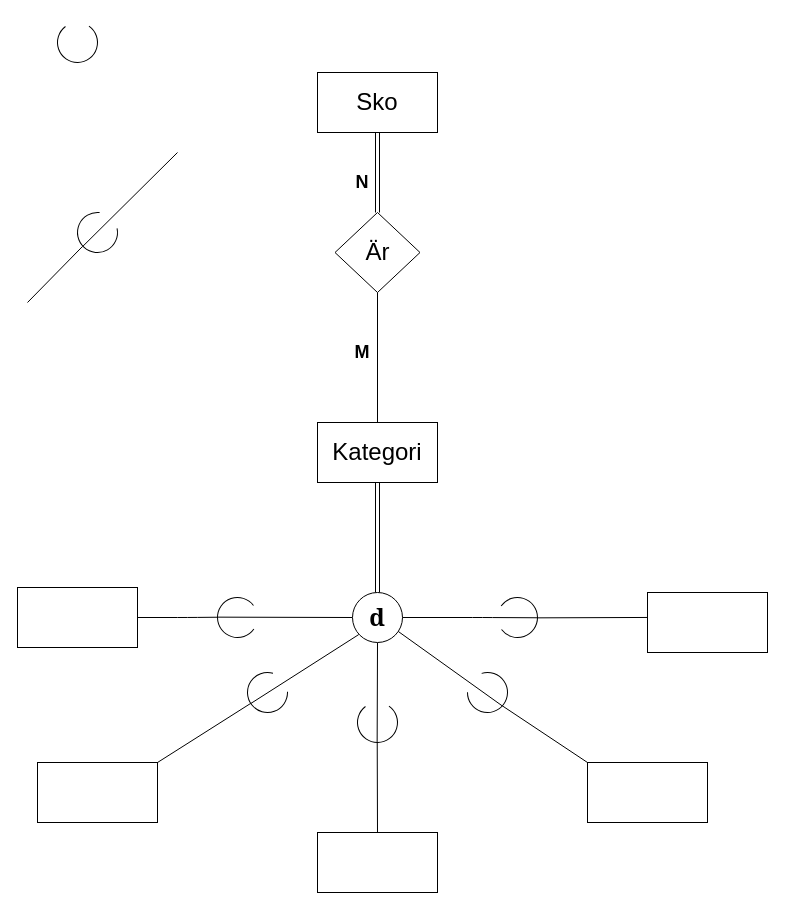
The draw.io diagram Untitled Diagram.drawio in Sondaicus/Databasteknik-uppgift-1, before the edit. Source tidied: cells renumbered, new cells numbered last; positions are measured from the earlier drawing's top-left corner, leaving out a move shared by most shapes. Both pictures are drawn from the tidied source at 100%, with x=0, y=0 at pixel (17, 22).
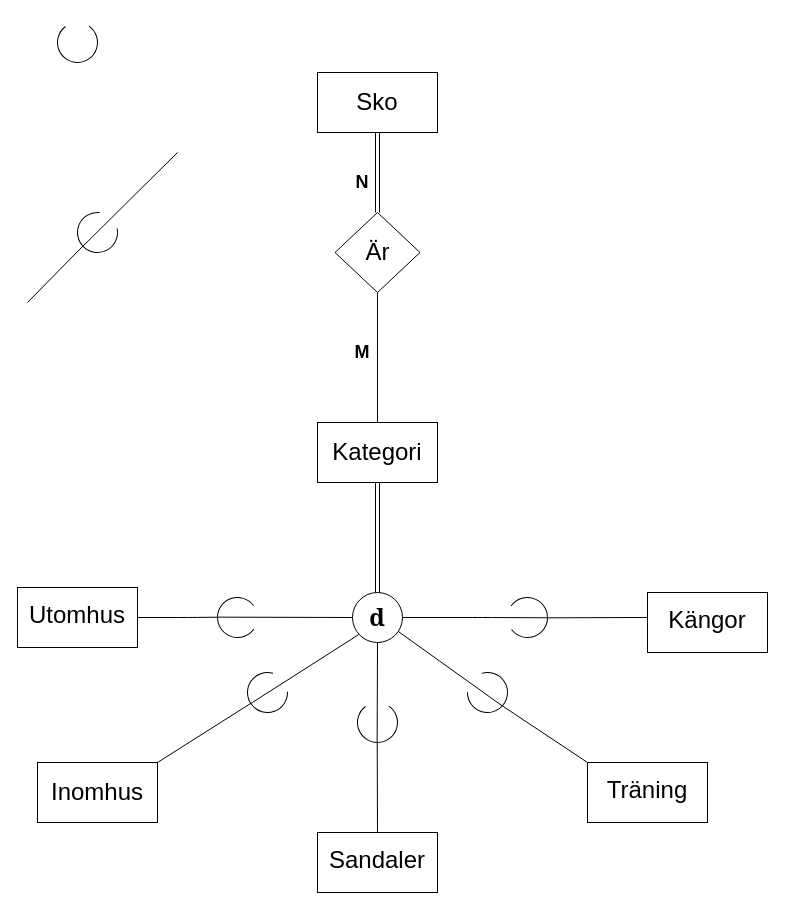
The same page after the edit.

What changed in the source:
```diff
@@
     <mxCell id="18" style="verticalLabelPosition=bottom;verticalAlign=top;html=1;shape=mxgraph.basic.arc;startAngle=0.3;endAngle=0.1;rotation=287;direction=north;" parent="1" vertex="1">
-      <mxGeometry x="480" y="575" width="40" height="40" as="geometry" />
+      <mxGeometry x="490" y="575" width="40" height="40" as="geometry" />
     </mxCell>
@@
-    <mxCell id="30" style="rounded=0;whiteSpace=wrap;html=1;" parent="1" vertex="1">
+    <mxCell id="30" value="&lt;span style=&quot;line-height: 115%&quot;&gt;&lt;font style=&quot;font-size: 24px&quot;&gt;Utomhus&lt;/font&gt;&lt;/span&gt;" style="rounded=0;whiteSpace=wrap;html=1;" parent="1" vertex="1">
       <mxGeometry y="565" width="120" height="60" as="geometry" />
     </mxCell>
-    <mxCell id="31" style="rounded=0;whiteSpace=wrap;html=1;" parent="1" vertex="1">
+    <mxCell id="31" value="&lt;span style=&quot;font-size: 24px&quot;&gt;Inomhus&lt;/span&gt;" style="rounded=0;whiteSpace=wrap;html=1;" parent="1" vertex="1">
       <mxGeometry x="20" y="740" width="120" height="60" as="geometry" />
     </mxCell>
-    <mxCell id="32" style="rounded=0;whiteSpace=wrap;html=1;" parent="1" vertex="1">
+    <mxCell id="32" value="&lt;span style=&quot;line-height: 115%&quot;&gt;&lt;font style=&quot;font-size: 24px&quot;&gt;Sandaler&lt;/font&gt;&lt;/span&gt;" style="rounded=0;whiteSpace=wrap;html=1;" parent="1" vertex="1">
       <mxGeometry x="300" y="810" width="120" height="60" as="geometry" />
     </mxCell>
-    <mxCell id="33" style="rounded=0;whiteSpace=wrap;html=1;" parent="1" vertex="1">
+    <mxCell id="33" value="&lt;span style=&quot;line-height: 115%&quot;&gt;&lt;font style=&quot;font-size: 24px&quot;&gt;Träning&lt;/font&gt;&lt;/span&gt;" style="rounded=0;whiteSpace=wrap;html=1;" parent="1" vertex="1">
       <mxGeometry x="570" y="740" width="120" height="60" as="geometry" />
     </mxCell>
-    <mxCell id="34" style="rounded=0;whiteSpace=wrap;html=1;" parent="1" vertex="1">
+    <mxCell id="34" value="&lt;span style=&quot;line-height: 115%&quot;&gt;&lt;font style=&quot;font-size: 24px&quot;&gt;Kängor&lt;/font&gt;&lt;/span&gt;" style="rounded=0;whiteSpace=wrap;html=1;" parent="1" vertex="1">
       <mxGeometry x="630" y="570" width="120" height="60" as="geometry" />
     </mxCell>
```
